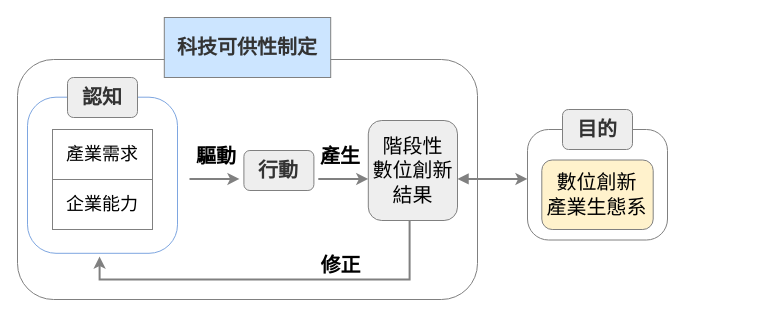
The draw.io diagram 論文ver1/圖片/簡報個案分析圖片/frontier enactment theroy_v10簡報制定結果修正認知.drawio in carina419/NTUST, before the edit. Source tidied: cells renumbered, new cells numbered last; positions are measured from the earlier drawing's top-left corner, leaving out a move shared by most shapes. Both pictures are drawn from the tidied source at 100%, with x=0, y=0 at pixel (17, 17).
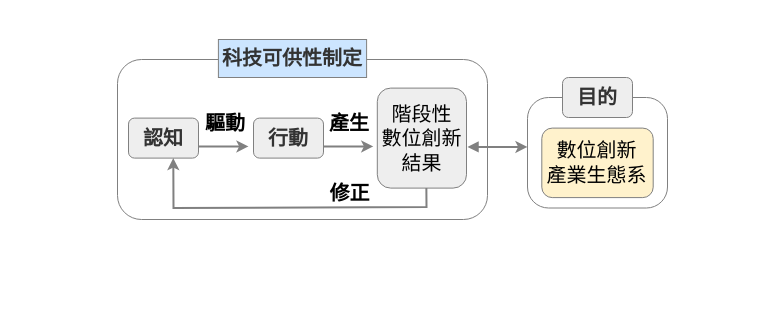
Above is the later version.

Diff of the diagram source:
```diff
@@
     <mxCell id="2" style="rounded=1;whiteSpace=wrap;html=1;strokeWidth=1;fontFamily=標楷體;fontSize=18;fontStyle=0;strokeColor=#808080;" parent="1" vertex="1">
-      <mxGeometry y="42" width="460" height="240" as="geometry" />
+      <mxGeometry x="100" y="42" width="370" height="160" as="geometry" />
     </mxCell>
     <mxCell id="3" value="&lt;font style=&quot;font-size: 20px;&quot; face=&quot;標楷體&quot;&gt;&lt;b style=&quot;&quot;&gt;驅&lt;/b&gt;&lt;/font&gt;&lt;b style=&quot;font-size: 20px; font-family: 標楷體; background-color: transparent; color: light-dark(rgb(0, 0, 0), rgb(255, 255, 255));&quot;&gt;動&lt;/b&gt;" style="text;html=1;align=center;verticalAlign=middle;whiteSpace=wrap;rounded=0;fontFamily=Helvetica;fontSize=12;fontColor=default;opacity=30;" parent="1" vertex="1">
-      <mxGeometry x="172" y="122.5" width="54.4" height="30" as="geometry" />
+      <mxGeometry x="181" y="90.1" width="54.4" height="30" as="geometry" />
     </mxCell>
     <mxCell id="4" value="&lt;font style=&quot;font-size: 20px;&quot; color=&quot;#333333&quot;&gt;&lt;b&gt;科技可供性制定&lt;/b&gt;&lt;/font&gt;" style="rounded=0;whiteSpace=wrap;html=1;strokeColor=#808080;fillColor=#cce5ff;fontFamily=標楷體;fontSize=18;fontStyle=0;align=center;verticalAlign=middle;fontColor=default;" parent="1" vertex="1">
-      <mxGeometry x="146.8" width="166.4" height="60" as="geometry" />
+      <mxGeometry x="200.9" y="22" width="148.2" height="38" as="geometry" />
     </mxCell>
     <mxCell id="5" value="&lt;font face=&quot;標楷體&quot;&gt;&lt;span style=&quot;font-size: 20px;&quot;&gt;&lt;b&gt;產生&lt;/b&gt;&lt;/span&gt;&lt;/font&gt;" style="text;html=1;align=center;verticalAlign=middle;whiteSpace=wrap;rounded=0;fontFamily=Helvetica;fontSize=12;fontColor=default;opacity=30;" parent="1" vertex="1">
-      <mxGeometry x="296.4" y="122.5" width="54.4" height="30" as="geometry" />
+      <mxGeometry x="305.4" y="90.1" width="54.4" height="30" as="geometry" />
     </mxCell>
     <mxCell id="6" value="&lt;font face=&quot;標楷體&quot;&gt;&lt;span style=&quot;font-size: 20px;&quot;&gt;&lt;b&gt;修正&lt;/b&gt;&lt;/span&gt;&lt;/font&gt;" style="text;html=1;align=center;verticalAlign=middle;whiteSpace=wrap;rounded=0;fontFamily=Helvetica;fontSize=12;fontColor=default;" parent="1" vertex="1">
-      <mxGeometry x="297" y="232" width="53" height="30" as="geometry" />
+      <mxGeometry x="306.1" y="160.1" width="53" height="30" as="geometry" />
     </mxCell>
-    <mxCell id="7" style="edgeStyle=orthogonalEdgeStyle;rounded=0;orthogonalLoop=1;jettySize=auto;html=1;strokeColor=#808080;strokeWidth=2;align=center;verticalAlign=middle;fontFamily=Helvetica;fontSize=11;fontColor=default;labelBackgroundColor=default;endArrow=classic;startArrow=block;startFill=1;exitX=1;exitY=0.5;exitDx=0;exitDy=0;textOpacity=30;" parent="1" edge="1">
+    <mxCell id="7" style="edgeStyle=orthogonalEdgeStyle;rounded=0;orthogonalLoop=1;jettySize=auto;html=1;strokeColor=#808080;strokeWidth=2;align=center;verticalAlign=middle;fontFamily=Helvetica;fontSize=11;fontColor=default;labelBackgroundColor=default;endArrow=classic;startArrow=block;startFill=1;textOpacity=30;" parent="1" edge="1">
       <mxGeometry relative="1" as="geometry">
-        <mxPoint x="440" y="161.4" as="sourcePoint" />
-        <mxPoint x="510" y="161.4" as="targetPoint" />
+        <mxPoint x="450" y="129" as="sourcePoint" />
+        <mxPoint x="510" y="129.4" as="targetPoint" />
         <Array as="points">
-          <mxPoint x="510" y="161.4" />
+          <mxPoint x="510" y="129.4" />
         </Array>
       </mxGeometry>
     </mxCell>
-    <mxCell id="8" style="edgeStyle=orthogonalEdgeStyle;rounded=0;orthogonalLoop=1;jettySize=auto;html=1;exitX=0.5;exitY=1;exitDx=0;exitDy=0;entryX=0.466;entryY=1.021;entryDx=0;entryDy=0;entryPerimeter=0;strokeColor=#808080;strokeWidth=2;align=center;verticalAlign=middle;fontFamily=Helvetica;fontSize=11;fontColor=default;labelBackgroundColor=default;endArrow=classic;textOpacity=30;" parent="1" edge="1">
-      <mxGeometry relative="1" as="geometry">
-        <mxPoint x="427.9" y="173" as="sourcePoint" />
-        <mxPoint x="82.1" y="239.1" as="targetPoint" />
-        <Array as="points">
-          <mxPoint x="392.1" y="173" />
-          <mxPoint x="392.1" y="262" />
-          <mxPoint x="82.1" y="262" />
-        </Array>
-      </mxGeometry>
-    </mxCell>
     <mxCell id="9" value="&lt;div&gt;&lt;font style=&quot;font-size: 20px; color: rgb(0, 0, 0);&quot;&gt;階段性&lt;/font&gt;&lt;/div&gt;&lt;div&gt;&lt;font style=&quot;color: rgb(0, 0, 0);&quot;&gt;&lt;font style=&quot;font-size: 20px;&quot;&gt;數位創新&lt;/font&gt;&lt;span style=&quot;font-size: 20px; background-color: transparent;&quot;&gt;結果&lt;/span&gt;&lt;/font&gt;&lt;/div&gt;" style="rounded=1;whiteSpace=wrap;html=1;strokeColor=#808080;fillColor=#eeeeee;fontFamily=標楷體;fontSize=18;fontStyle=0;align=center;verticalAlign=middle;fontColor=default;" parent="1" vertex="1">
-      <mxGeometry x="350.8" y="103" width="89.2" height="100" as="geometry" />
+      <mxGeometry x="359.8" y="70.6" width="89.2" height="100" as="geometry" />
     </mxCell>
-    <mxCell id="10" style="group;" parent="1" vertex="1">
-      <mxGeometry x="564.3" y="92" width="180" height="130.6" as="geometry" />
-    </mxCell>
+    <mxCell id="20" value="&lt;span style=&quot;color: light-dark(rgb(51, 51, 51), rgb(193, 193, 193)); background-color: transparent;&quot;&gt;&lt;b&gt;&lt;font style=&quot;font-size: 20px;&quot;&gt;行動&lt;/font&gt;&lt;/b&gt;&lt;/span&gt;" style="rounded=1;whiteSpace=wrap;html=1;strokeColor=#808080;fillColor=#eeeeee;fontFamily=標楷體;fontSize=18;fontStyle=0;" parent="1" vertex="1">
+      <mxGeometry x="236" y="100.6" width="70" height="40" as="geometry" />
+    </mxCell>
+    <mxCell id="21" style="endArrow=classic;html=1;rounded=0;strokeColor=#808080;strokeWidth=2;align=center;verticalAlign=middle;fontFamily=Helvetica;fontSize=11;fontColor=default;labelBackgroundColor=default;" parent="1" edge="1">
+      <mxGeometry relative="1" as="geometry">
+        <mxPoint x="181" y="128.9" as="sourcePoint" />
+        <mxPoint x="231" y="128.9" as="targetPoint" />
+      </mxGeometry>
+    </mxCell>
+    <mxCell id="22" style="endArrow=classic;html=1;rounded=0;strokeColor=#808080;strokeWidth=2;align=center;verticalAlign=middle;fontFamily=Helvetica;fontSize=11;fontColor=default;labelBackgroundColor=default;" parent="1" edge="1">
+      <mxGeometry relative="1" as="geometry">
+        <mxPoint x="305.8" y="128.9" as="sourcePoint" />
+        <mxPoint x="355.8" y="128.9" as="targetPoint" />
+      </mxGeometry>
+    </mxCell>
+    <mxCell id="16" value="&lt;font color=&quot;#333333&quot; style=&quot;font-size: 20px;&quot;&gt;&lt;b style=&quot;&quot;&gt;認知&lt;/b&gt;&lt;/font&gt;" style="rounded=1;whiteSpace=wrap;html=1;strokeColor=#808080;fillColor=#eeeeee;fontFamily=標楷體;fontSize=18;fontStyle=0;" parent="1" vertex="1">
+      <mxGeometry x="111" y="100.6" width="70" height="40" as="geometry" />
+    </mxCell>
+    <mxCell id="23" style="endArrow=classic;html=1;rounded=0;strokeColor=#808080;strokeWidth=2;align=center;verticalAlign=middle;fontFamily=Helvetica;fontSize=11;fontColor=default;labelBackgroundColor=default;exitX=0.55;exitY=0.999;exitDx=0;exitDy=0;exitPerimeter=0;" parent="1" edge="1" source="9">
+      <mxGeometry relative="1" as="geometry">
+        <mxPoint x="155.8" y="140.6" as="targetPoint" />
+        <Array as="points">
+          <mxPoint x="409" y="189.6" />
+          <mxPoint x="156" y="190.6" />
+        </Array>
+      </mxGeometry>
+    </mxCell>
+    <mxCell id="24" style="group;" parent="1" vertex="1">
+      <mxGeometry x="510" y="60" width="140" height="130.6" as="geometry" />
+    </mxCell>
-    <mxCell id="11" style="rounded=1;whiteSpace=wrap;html=1;strokeWidth=1;fontFamily=標楷體;fontSize=18;fontStyle=0;arcSize=19;strokeColor=#808080;" parent="10" vertex="1">
-      <mxGeometry x="-54.3" y="20" width="140" height="110.5" as="geometry" />
+    <mxCell id="11" style="rounded=1;whiteSpace=wrap;html=1;strokeWidth=1;fontFamily=標楷體;fontSize=18;fontStyle=0;arcSize=19;strokeColor=#808080;" parent="24" vertex="1">
+      <mxGeometry y="20" width="140" height="110.5" as="geometry" />
     </mxCell>
-    <mxCell id="12" value="&lt;font style=&quot;font-size: 20px;&quot;&gt;數位創新&lt;/font&gt;&lt;div&gt;&lt;font style=&quot;font-size: 20px;&quot;&gt;產業生態系&lt;/font&gt;&lt;/div&gt;" style="rounded=1;whiteSpace=wrap;html=1;fontSize=18;fontFamily=標楷體;fontStyle=0;fillColor=#fff2cc;strokeColor=#808080;" parent="10" vertex="1">
-      <mxGeometry x="-40" y="50.5" width="111.4" height="69.5" as="geometry" />
+    <mxCell id="12" value="&lt;font style=&quot;font-size: 20px;&quot;&gt;數位創新&lt;/font&gt;&lt;div&gt;&lt;font style=&quot;font-size: 20px;&quot;&gt;產業生態系&lt;/font&gt;&lt;/div&gt;" style="rounded=1;whiteSpace=wrap;html=1;fontSize=18;fontFamily=標楷體;fontStyle=0;fillColor=#fff2cc;strokeColor=#808080;" parent="24" vertex="1">
+      <mxGeometry x="14.3" y="50.6" width="111.4" height="69.5" as="geometry" />
     </mxCell>
-    <mxCell id="13" value="&lt;font color=&quot;#333333&quot; style=&quot;font-size: 20px;&quot;&gt;&lt;span style=&quot;&quot;&gt;&lt;b&gt;目的&lt;/b&gt;&lt;/span&gt;&lt;/font&gt;" style="rounded=1;whiteSpace=wrap;html=1;strokeColor=#808080;fillColor=#eeeeee;fontFamily=標楷體;fontSize=18;fontStyle=0;align=center;verticalAlign=middle;fontColor=default;" parent="10" vertex="1">
-      <mxGeometry x="-19.3" width="70" height="40" as="geometry" />
+    <mxCell id="13" value="&lt;font color=&quot;#333333&quot; style=&quot;font-size: 20px;&quot;&gt;&lt;span style=&quot;&quot;&gt;&lt;b&gt;目的&lt;/b&gt;&lt;/span&gt;&lt;/font&gt;" style="rounded=1;whiteSpace=wrap;html=1;strokeColor=#808080;fillColor=#eeeeee;fontFamily=標楷體;fontSize=18;fontStyle=0;align=center;verticalAlign=middle;fontColor=default;" parent="24" vertex="1">
+      <mxGeometry x="35" width="70" height="40" as="geometry" />
     </mxCell>
-    <mxCell id="14" style="group;" parent="1" vertex="1">
-      <mxGeometry x="10" y="60" width="150" height="175.8" as="geometry" />
-    </mxCell>
-    <mxCell id="15" style="rounded=1;whiteSpace=wrap;html=1;strokeWidth=1;fontFamily=標楷體;fontSize=18;fontStyle=0;strokeColor=#7EA6E0;align=center;verticalAlign=middle;arcSize=19;fontColor=default;fillColor=default;textOpacity=30;" parent="14" vertex="1">
-      <mxGeometry y="19.7" width="150" height="156.1" as="geometry" />
-    </mxCell>
-    <mxCell id="16" value="&lt;font color=&quot;#333333&quot; style=&quot;font-size: 20px;&quot;&gt;&lt;b style=&quot;&quot;&gt;認知&lt;/b&gt;&lt;/font&gt;" style="rounded=1;whiteSpace=wrap;html=1;strokeColor=#808080;fillColor=#eeeeee;fontFamily=標楷體;fontSize=18;fontStyle=0;" parent="14" vertex="1">
-      <mxGeometry x="40" width="70" height="40" as="geometry" />
-    </mxCell>
-    <mxCell id="17" style="group;" parent="14" vertex="1">
-      <mxGeometry x="25" y="52" width="100" height="100" as="geometry" />
-    </mxCell>
-    <mxCell id="18" value="產業需求" style="rounded=0;whiteSpace=wrap;html=1;fontFamily=標楷體;fontSize=18;fontStyle=0;fillColor=default;strokeColor=#808080;align=center;verticalAlign=middle;fontColor=default;" parent="17" vertex="1">
-      <mxGeometry width="100" height="50" as="geometry" />
-    </mxCell>
-    <mxCell id="19" value="企業能力" style="rounded=0;whiteSpace=wrap;html=1;fontFamily=標楷體;fontSize=18;fontStyle=0;strokeColor=#808080;align=center;verticalAlign=middle;fontColor=default;fillColor=default;" parent="17" vertex="1">
-      <mxGeometry y="50" width="100" height="50" as="geometry" />
-    </mxCell>
-    <mxCell id="20" value="&lt;span style=&quot;color: light-dark(rgb(51, 51, 51), rgb(193, 193, 193)); background-color: transparent;&quot;&gt;&lt;b&gt;&lt;font style=&quot;font-size: 20px;&quot;&gt;行動&lt;/font&gt;&lt;/b&gt;&lt;/span&gt;" style="rounded=1;whiteSpace=wrap;html=1;strokeColor=#808080;fillColor=#eeeeee;fontFamily=標楷體;fontSize=18;fontStyle=0;" parent="1" vertex="1">
-      <mxGeometry x="226.4" y="133" width="70" height="40" as="geometry" />
-    </mxCell>
-    <mxCell id="21" style="endArrow=classic;html=1;rounded=0;strokeColor=#808080;strokeWidth=2;align=center;verticalAlign=middle;fontFamily=Helvetica;fontSize=11;fontColor=default;labelBackgroundColor=default;" parent="1" edge="1">
-      <mxGeometry relative="1" as="geometry">
-        <mxPoint x="172" y="161.4" as="sourcePoint" />
-        <mxPoint x="222" y="161.4" as="targetPoint" />
-      </mxGeometry>
-    </mxCell>
-    <mxCell id="22" style="endArrow=classic;html=1;rounded=0;strokeColor=#808080;strokeWidth=2;align=center;verticalAlign=middle;fontFamily=Helvetica;fontSize=11;fontColor=default;labelBackgroundColor=default;" parent="1" edge="1">
-      <mxGeometry relative="1" as="geometry">
-        <mxPoint x="300.8" y="161.4" as="sourcePoint" />
-        <mxPoint x="350.8" y="161.4" as="targetPoint" />
-      </mxGeometry>
-    </mxCell>
```
